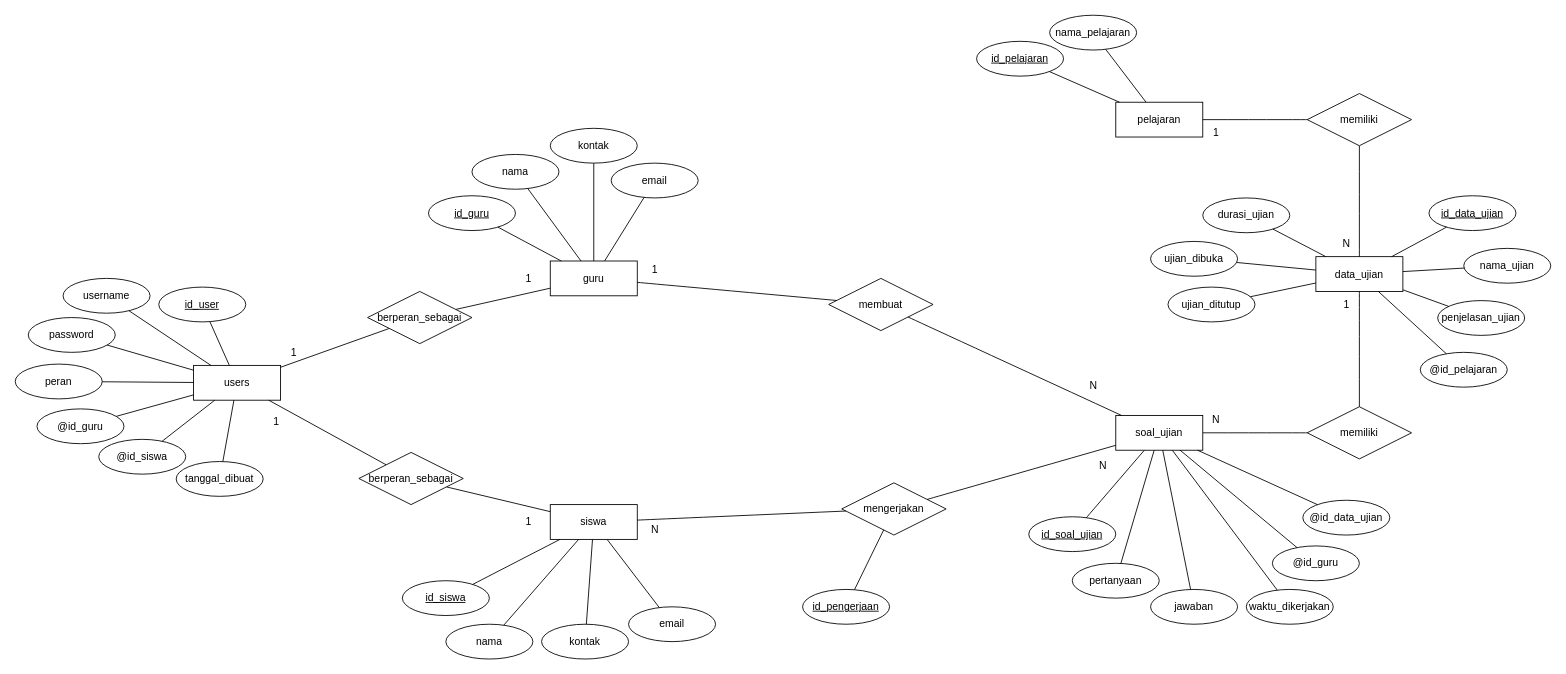
This is page "erd" (1 of 2) of public/erd_database/erd-ujian-online.drawio from lutfibintoro/sistem-ujian-online, a draw.io file, before an edit. Source tidied: cells renumbered, new cells numbered last; positions are measured from the earlier drawing's top-left corner, leaving out a move shared by most shapes. Both pictures are drawn from the tidied source at 87%, with x=0, y=0 at pixel (15, 15).
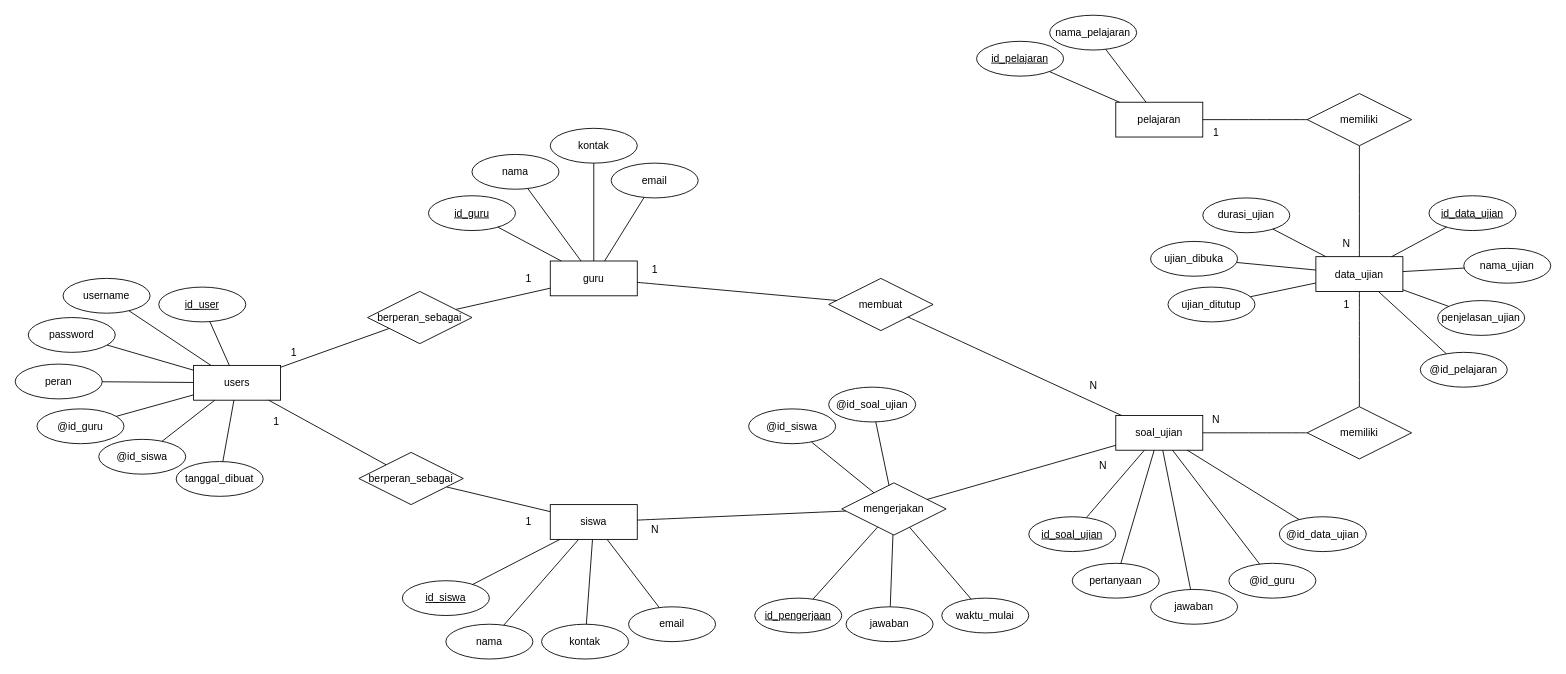
After the change.

The change refers to these unchanged cells:
```xml
<mxCell id="27" value="soal_ujian" style="whiteSpace=wrap;html=1;align=center;" parent="1" vertex="1">
  <mxGeometry x="1265" y="460" width="100" height="40" as="geometry" />
</mxCell>
<mxCell id="33" value="mengerjakan" style="shape=rhombus;perimeter=rhombusPerimeter;whiteSpace=wrap;html=1;align=center;" parent="1" vertex="1">
  <mxGeometry x="950" y="537.5" width="120" height="60" as="geometry" />
</mxCell>
```

Diff of the diagram source:
```diff
@@
     <mxCell id="46" value="id_pengerjaan" style="ellipse;whiteSpace=wrap;html=1;align=center;fontStyle=4;" parent="1" vertex="1">
-      <mxGeometry x="905" y="660" width="100" height="40" as="geometry" />
+      <mxGeometry x="850" y="670" width="100" height="40" as="geometry" />
     </mxCell>
@@
     <mxCell id="90" value="@id_guru" style="ellipse;whiteSpace=wrap;html=1;align=center;" parent="1" vertex="1">
-      <mxGeometry x="1445" y="610" width="100" height="40" as="geometry" />
+      <mxGeometry x="1395" y="630" width="100" height="40" as="geometry" />
     </mxCell>
     <mxCell id="91" value="@id_data_ujian" style="ellipse;whiteSpace=wrap;html=1;align=center;" parent="1" vertex="1">
-      <mxGeometry x="1480" y="557.5" width="100" height="40" as="geometry" />
+      <mxGeometry x="1453" y="576.5" width="100" height="40" as="geometry" />
     </mxCell>
@@
-    <mxCell id="98" value="waktu_dikerjakan" style="ellipse;whiteSpace=wrap;html=1;align=center;" parent="1" vertex="1">
-      <mxGeometry x="1415" y="660" width="100" height="40" as="geometry" />
-    </mxCell>
-    <mxCell id="99" style="endArrow=none;html=1;rounded=0;" parent="1" edge="1" source="27" target="98">
-      <mxGeometry relative="1" as="geometry" />
-    </mxCell>
+    <mxCell id="100" value="jawaban" style="ellipse;whiteSpace=wrap;html=1;align=center;" parent="1" vertex="1">
+      <mxGeometry x="955" y="680" width="100" height="40" as="geometry" />
+    </mxCell>
+    <mxCell id="101" value="waktu_mulai" style="ellipse;whiteSpace=wrap;html=1;align=center;" parent="1" vertex="1">
+      <mxGeometry x="1065" y="670" width="100" height="40" as="geometry" />
+    </mxCell>
+    <mxCell id="102" style="endArrow=none;html=1;rounded=0;" parent="1" edge="1" source="33" target="100">
+      <mxGeometry relative="1" as="geometry" />
+    </mxCell>
+    <mxCell id="103" style="endArrow=none;html=1;rounded=0;" parent="1" edge="1" source="33" target="101">
+      <mxGeometry relative="1" as="geometry" />
+    </mxCell>
+    <mxCell id="104" value="@id_siswa" style="ellipse;whiteSpace=wrap;html=1;align=center;" parent="1" vertex="1">
+      <mxGeometry x="843" y="452.5" width="100" height="40" as="geometry" />
+    </mxCell>
+    <mxCell id="105" value="@id_soal_ujian" style="ellipse;whiteSpace=wrap;html=1;align=center;" parent="1" vertex="1">
+      <mxGeometry x="935" y="427.5" width="100" height="40" as="geometry" />
+    </mxCell>
+    <mxCell id="106" style="endArrow=none;html=1;rounded=0;" parent="1" edge="1" source="33" target="104">
+      <mxGeometry relative="1" as="geometry" />
+    </mxCell>
+    <mxCell id="107" style="endArrow=none;html=1;rounded=0;" parent="1" edge="1" source="33" target="105">
+      <mxGeometry relative="1" as="geometry" />
+    </mxCell>
```
